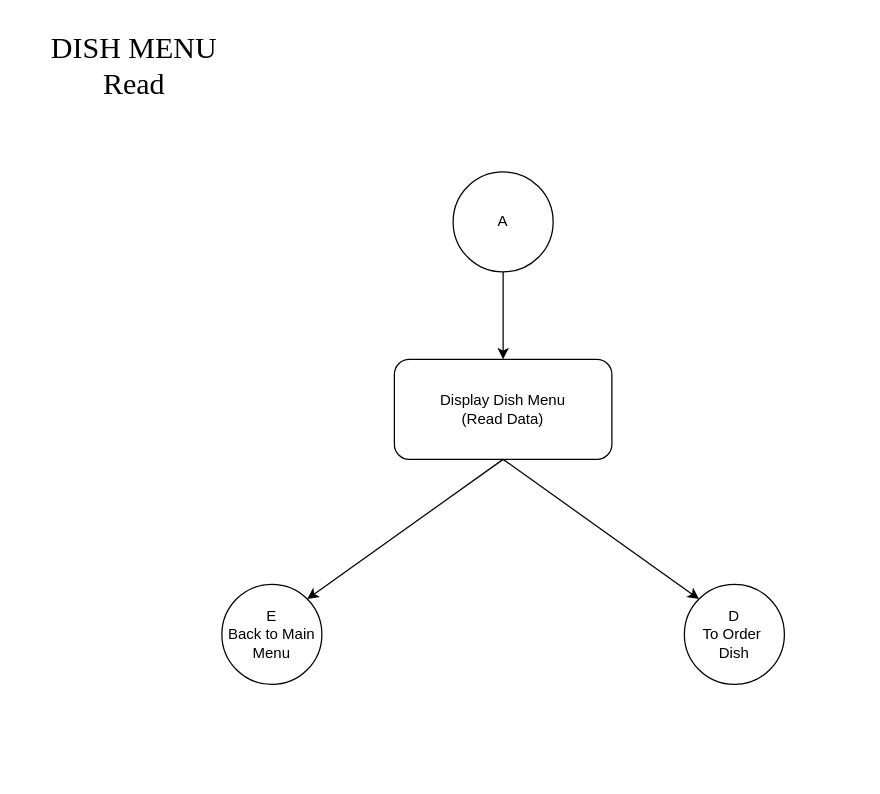
qemhal14/raamen_shop keeps this draw.io diagram as page "Page-2" (2 of 5) of Raamen_shop_flow.drawio. Above is the earlier version. Source tidied: cells renumbered, new cells numbered last; positions are measured from the earlier drawing's top-left corner, leaving out a move shared by most shapes. Both pictures are drawn from the tidied source at 125%, with x=0, y=0 at pixel (21, 21).
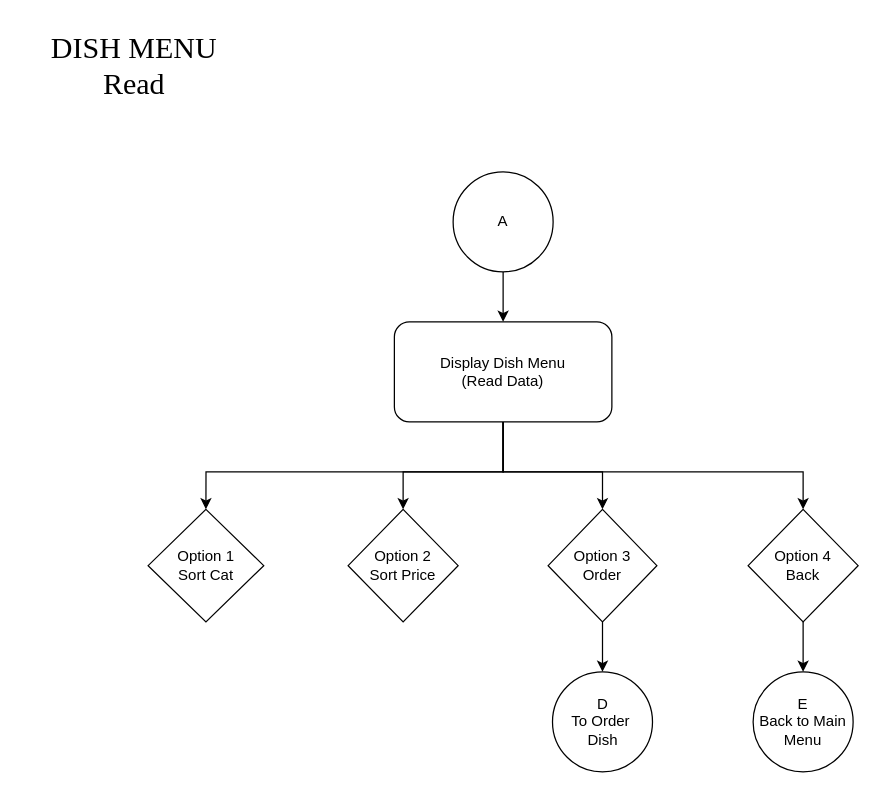
Above is the later version.

Diff of the diagram source:
```diff
@@
+    <mxCell id="10" style="edgeStyle=orthogonalEdgeStyle;rounded=0;jettySize=auto;html=1;exitX=0.5;exitY=1;exitDx=0;exitDy=0;entryX=0.5;entryY=0;entryDx=0;entryDy=0;" parent="1" edge="1" source="3" target="14">
+      <mxGeometry relative="1" as="geometry">
+        <Array as="points">
+          <mxPoint x="385" y="360" />
+          <mxPoint x="147" y="360" />
+        </Array>
+      </mxGeometry>
+    </mxCell>
+    <mxCell id="11" style="edgeStyle=orthogonalEdgeStyle;rounded=0;jettySize=auto;html=1;exitX=0.5;exitY=1;exitDx=0;exitDy=0;" parent="1" edge="1" source="3" target="15">
+      <mxGeometry relative="1" as="geometry">
+        <Array as="points">
+          <mxPoint x="385" y="360" />
+          <mxPoint x="305" y="360" />
+        </Array>
+      </mxGeometry>
+    </mxCell>
+    <mxCell id="12" style="edgeStyle=orthogonalEdgeStyle;rounded=0;jettySize=auto;html=1;exitX=0.5;exitY=1;exitDx=0;exitDy=0;entryX=0.5;entryY=0;entryDx=0;entryDy=0;" parent="1" edge="1" source="3" target="17">
+      <mxGeometry relative="1" as="geometry">
+        <Array as="points">
+          <mxPoint x="385" y="360" />
+          <mxPoint x="465" y="360" />
+        </Array>
+      </mxGeometry>
+    </mxCell>
+    <mxCell id="13" style="edgeStyle=orthogonalEdgeStyle;rounded=0;jettySize=auto;html=1;exitX=0.5;exitY=1;exitDx=0;exitDy=0;entryX=0.5;entryY=0;entryDx=0;entryDy=0;" parent="1" edge="1" source="3" target="19">
+      <mxGeometry relative="1" as="geometry">
+        <Array as="points">
+          <mxPoint x="385" y="360" />
+          <mxPoint x="625" y="360" />
+        </Array>
+      </mxGeometry>
+    </mxCell>
     <mxCell id="3" value="Display Dish Menu&lt;div&gt;(Read Data)&lt;/div&gt;" style="rounded=1;whiteSpace=wrap;html=1;" parent="1" vertex="1">
-      <mxGeometry x="298" y="270" width="174" height="80" as="geometry" />
+      <mxGeometry x="298" y="240" width="174" height="80" as="geometry" />
     </mxCell>
     <mxCell id="4" value="E&lt;div&gt;Back to Main&lt;/div&gt;&lt;div&gt;Menu&lt;/div&gt;" style="ellipse;whiteSpace=wrap;html=1;" parent="1" vertex="1">
-      <mxGeometry x="160" y="450" width="80" height="80" as="geometry" />
+      <mxGeometry x="585" y="520" width="80" height="80" as="geometry" />
     </mxCell>
     <mxCell id="5" value="D&lt;div&gt;To Order&amp;nbsp;&lt;/div&gt;&lt;div&gt;Dish&lt;/div&gt;" style="ellipse;whiteSpace=wrap;html=1;" parent="1" vertex="1">
-      <mxGeometry x="530" y="450" width="80" height="80" as="geometry" />
+      <mxGeometry x="424.5" y="520" width="80" height="80" as="geometry" />
     </mxCell>
@@
-    <mxCell id="7" style="endArrow=classic;html=1;rounded=0;exitX=0.5;exitY=1;exitDx=0;exitDy=0;entryX=1;entryY=0;entryDx=0;entryDy=0;" parent="1" edge="1" source="3" target="4">
-      <mxGeometry relative="1" as="geometry" />
-    </mxCell>
-    <mxCell id="8" style="endArrow=classic;html=1;rounded=0;exitX=0.5;exitY=1;exitDx=0;exitDy=0;entryX=0;entryY=0;entryDx=0;entryDy=0;" parent="1" edge="1" source="3" target="5">
-      <mxGeometry relative="1" as="geometry" />
-    </mxCell>
@@
+    <mxCell id="14" value="Option 1&lt;div&gt;Sort Cat&lt;/div&gt;" style="rhombus;whiteSpace=wrap;html=1;" parent="1" vertex="1">
+      <mxGeometry x="101" y="390" width="92.5" height="90" as="geometry" />
+    </mxCell>
+    <mxCell id="15" value="Option 2&lt;div&gt;Sort Price&lt;/div&gt;" style="rhombus;whiteSpace=wrap;html=1;" parent="1" vertex="1">
+      <mxGeometry x="261" y="390" width="88" height="90" as="geometry" />
+    </mxCell>
+    <mxCell id="16" style="edgeStyle=orthogonalEdgeStyle;rounded=0;jettySize=auto;html=1;exitX=0.5;exitY=1;exitDx=0;exitDy=0;" parent="1" edge="1" source="17" target="5">
+      <mxGeometry relative="1" as="geometry" />
+    </mxCell>
+    <mxCell id="17" value="Option 3&lt;div&gt;Order&lt;/div&gt;" style="rhombus;whiteSpace=wrap;html=1;" parent="1" vertex="1">
+      <mxGeometry x="421" y="390" width="87" height="90" as="geometry" />
+    </mxCell>
+    <mxCell id="18" style="edgeStyle=orthogonalEdgeStyle;rounded=0;jettySize=auto;html=1;exitX=0.5;exitY=1;exitDx=0;exitDy=0;entryX=0.5;entryY=0;entryDx=0;entryDy=0;" parent="1" edge="1" source="19" target="4">
+      <mxGeometry relative="1" as="geometry" />
+    </mxCell>
+    <mxCell id="19" value="Option 4&lt;div&gt;Back&lt;/div&gt;" style="rhombus;whiteSpace=wrap;html=1;" parent="1" vertex="1">
+      <mxGeometry x="581" y="390" width="88" height="90" as="geometry" />
+    </mxCell>
```
